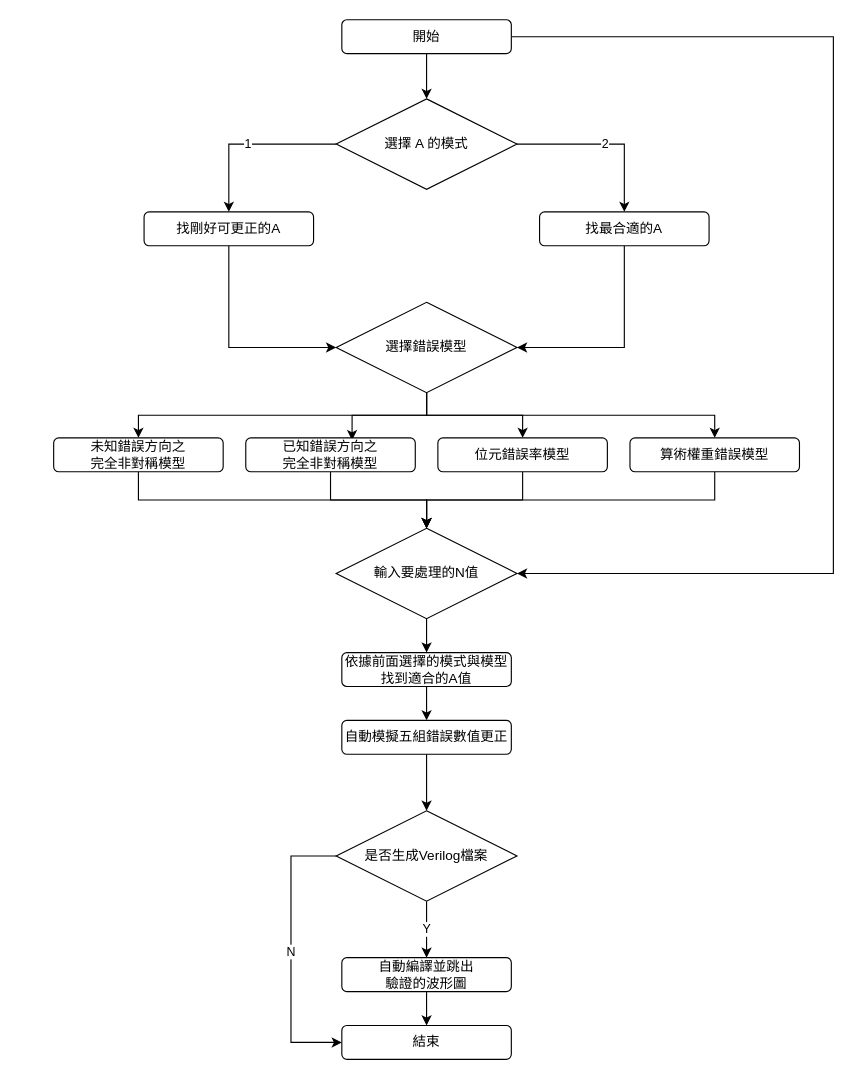
Wilhelmine21/Wilhelmine21 keeps this draw.io diagram as page "Page-1" (1 of 2) of Tools/Drawio/flow.drawio. Above is the earlier version. Source tidied: cells renumbered, new cells numbered last; positions are measured from the earlier drawing's top-left corner, leaving out a move shared by most shapes. Both pictures are drawn from the tidied source at 113%, with x=0, y=0 at pixel (53, 19).
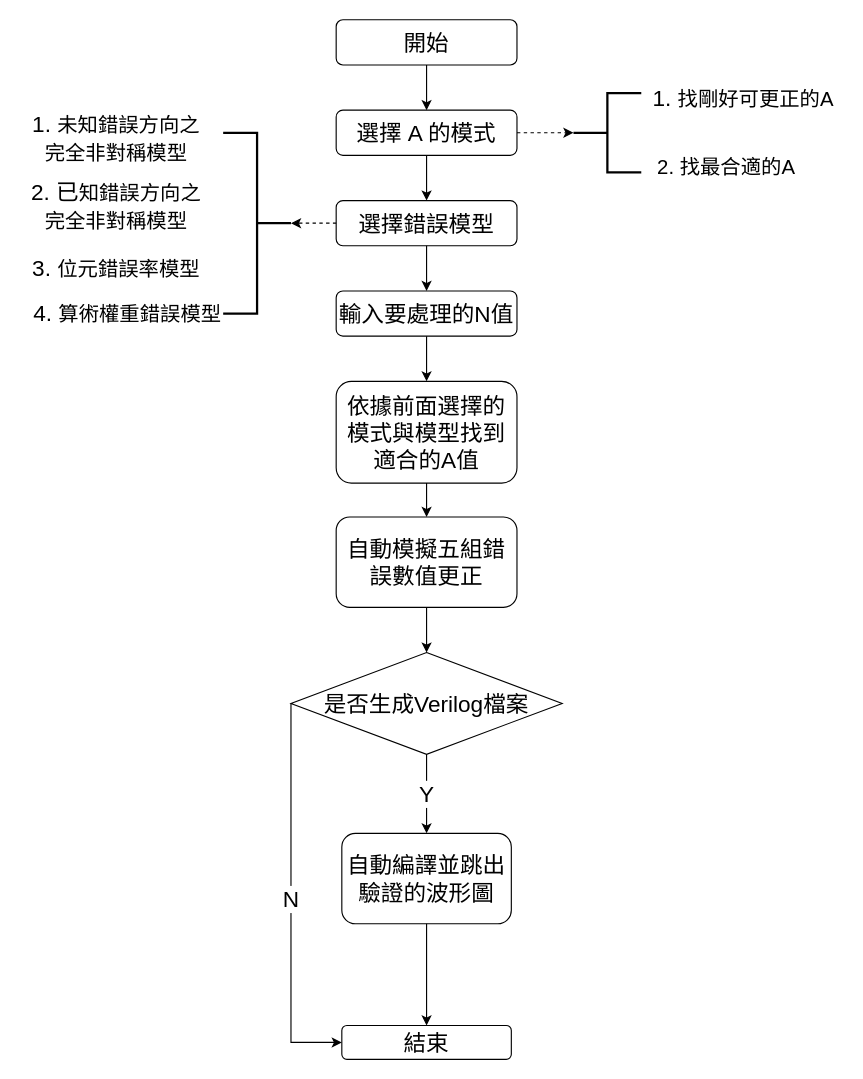
The same page after the edit.

Change to the diagram source:
```diff
@@
+    <mxCell id="37" style="group;" parent="1" vertex="1">
+      <mxGeometry x="-30" width="730" height="920" as="geometry" />
+    </mxCell>
+    <mxCell id="4" value="開始" style="rounded=1;whiteSpace=wrap;html=1;fontSize=20;" parent="37" vertex="1">
+      <mxGeometry x="280" width="160" height="40" as="geometry" />
+    </mxCell>
+    <mxCell id="7" value="選擇 A 的模式" style="rounded=1;whiteSpace=wrap;html=1;fontSize=20;" parent="37" vertex="1">
+      <mxGeometry x="280" y="80" width="160" height="40" as="geometry" />
+    </mxCell>
-    <mxCell id="2" style="edgeStyle=orthogonalEdgeStyle;rounded=0;jettySize=auto;html=1;" parent="1" edge="1" source="4" target="7">
+    <mxCell id="2" style="edgeStyle=orthogonalEdgeStyle;rounded=0;jettySize=auto;html=1;fontSize=20;" parent="37" edge="1" source="4" target="7">
       <mxGeometry relative="1" as="geometry" />
     </mxCell>
-    <mxCell id="3" style="edgeStyle=orthogonalEdgeStyle;rounded=0;jettySize=auto;html=1;entryX=1;entryY=0.5;entryDx=0;entryDy=0;" parent="1" edge="1" source="4" target="26">
-      <mxGeometry relative="1" as="geometry">
-        <Array as="points">
-          <mxPoint x="690" y="15" />
-          <mxPoint x="690" y="490" />
-        </Array>
-      </mxGeometry>
-    </mxCell>
-    <mxCell id="4" value="開始" style="rounded=1;whiteSpace=wrap;html=1;" parent="1" vertex="1">
-      <mxGeometry x="255" width="150" height="30" as="geometry" />
-    </mxCell>
-    <mxCell id="5" value="1" style="edgeStyle=orthogonalEdgeStyle;rounded=0;jettySize=auto;html=1;entryX=0.5;entryY=0;entryDx=0;entryDy=0;" parent="1" edge="1" source="7" target="9">
-      <mxGeometry relative="1" as="geometry" />
-    </mxCell>
-    <mxCell id="6" value="2" style="edgeStyle=orthogonalEdgeStyle;rounded=0;jettySize=auto;html=1;" parent="1" edge="1" source="7" target="11">
-      <mxGeometry relative="1" as="geometry" />
-    </mxCell>
-    <mxCell id="7" value="選擇 A 的模式" style="rhombus;whiteSpace=wrap;html=1;" parent="1" vertex="1">
-      <mxGeometry x="250" y="70" width="160" height="80" as="geometry" />
-    </mxCell>
-    <mxCell id="8" style="edgeStyle=orthogonalEdgeStyle;rounded=0;jettySize=auto;html=1;exitX=0.5;exitY=1;exitDx=0;exitDy=0;entryX=0;entryY=0.5;entryDx=0;entryDy=0;" parent="1" edge="1" source="9" target="16">
-      <mxGeometry relative="1" as="geometry" />
-    </mxCell>
-    <mxCell id="9" value="找剛好可更正的A" style="rounded=1;whiteSpace=wrap;html=1;" parent="1" vertex="1">
-      <mxGeometry x="80" y="170" width="150" height="30" as="geometry" />
-    </mxCell>
-    <mxCell id="10" style="edgeStyle=orthogonalEdgeStyle;rounded=0;jettySize=auto;html=1;exitX=0.5;exitY=1;exitDx=0;exitDy=0;entryX=1;entryY=0.5;entryDx=0;entryDy=0;" parent="1" edge="1" source="11" target="16">
-      <mxGeometry relative="1" as="geometry" />
-    </mxCell>
-    <mxCell id="11" value="找最合適的A" style="rounded=1;whiteSpace=wrap;html=1;" parent="1" vertex="1">
-      <mxGeometry x="430" y="170" width="150" height="30" as="geometry" />
-    </mxCell>
-    <mxCell id="12" style="edgeStyle=orthogonalEdgeStyle;rounded=0;jettySize=auto;html=1;exitX=0.5;exitY=1;exitDx=0;exitDy=0;" parent="1" edge="1" source="16" target="18">
-      <mxGeometry relative="1" as="geometry" />
-    </mxCell>
-    <mxCell id="13" style="edgeStyle=orthogonalEdgeStyle;rounded=0;jettySize=auto;html=1;entryX=0.5;entryY=0;entryDx=0;entryDy=0;" parent="1" edge="1" source="16" target="22">
-      <mxGeometry relative="1" as="geometry" />
-    </mxCell>
-    <mxCell id="14" style="edgeStyle=orthogonalEdgeStyle;rounded=0;jettySize=auto;html=1;exitX=0.5;exitY=1;exitDx=0;exitDy=0;entryX=0.627;entryY=0.067;entryDx=0;entryDy=0;entryPerimeter=0;" parent="1" edge="1" source="16" target="20">
-      <mxGeometry relative="1" as="geometry" />
-    </mxCell>
-    <mxCell id="15" style="edgeStyle=orthogonalEdgeStyle;rounded=0;jettySize=auto;html=1;exitX=0.5;exitY=1;exitDx=0;exitDy=0;" parent="1" edge="1" source="16" target="24">
-      <mxGeometry relative="1" as="geometry" />
-    </mxCell>
-    <mxCell id="16" value="選擇錯誤模型" style="rhombus;whiteSpace=wrap;html=1;" parent="1" vertex="1">
-      <mxGeometry x="250" y="250" width="160" height="80" as="geometry" />
+    <mxCell id="16" value="選擇錯誤模型" style="rounded=1;whiteSpace=wrap;html=1;fontSize=20;" parent="37" vertex="1">
+      <mxGeometry x="280" y="160" width="160" height="40" as="geometry" />
     </mxCell>
-    <mxCell id="17" style="edgeStyle=orthogonalEdgeStyle;rounded=0;jettySize=auto;html=1;exitX=0.5;exitY=1;exitDx=0;exitDy=0;entryX=0.5;entryY=0;entryDx=0;entryDy=0;" parent="1" edge="1" source="18" target="26">
-      <mxGeometry relative="1" as="geometry" />
-    </mxCell>
-    <mxCell id="18" value="未知錯誤方向之&lt;br&gt;完全非對稱模型" style="rounded=1;whiteSpace=wrap;html=1;" parent="1" vertex="1">
-      <mxGeometry y="370" width="150" height="30" as="geometry" />
-    </mxCell>
-    <mxCell id="19" style="edgeStyle=orthogonalEdgeStyle;rounded=0;jettySize=auto;html=1;entryX=0.5;entryY=0;entryDx=0;entryDy=0;" parent="1" edge="1" source="20" target="26">
-      <mxGeometry relative="1" as="geometry" />
-    </mxCell>
-    <mxCell id="20" value="已知錯誤方向之&lt;br&gt;完全非對稱模型" style="rounded=1;whiteSpace=wrap;html=1;" parent="1" vertex="1">
-      <mxGeometry x="170" y="370" width="150" height="30" as="geometry" />
-    </mxCell>
-    <mxCell id="21" style="edgeStyle=orthogonalEdgeStyle;rounded=0;jettySize=auto;html=1;entryX=0.5;entryY=0;entryDx=0;entryDy=0;" parent="1" edge="1" source="22" target="26">
-      <mxGeometry relative="1" as="geometry" />
-    </mxCell>
-    <mxCell id="22" value="位元錯誤率模型" style="rounded=1;whiteSpace=wrap;html=1;" parent="1" vertex="1">
-      <mxGeometry x="340" y="370" width="150" height="30" as="geometry" />
-    </mxCell>
-    <mxCell id="23" style="edgeStyle=orthogonalEdgeStyle;rounded=0;jettySize=auto;html=1;exitX=0.5;exitY=1;exitDx=0;exitDy=0;" parent="1" edge="1" source="24" target="26">
-      <mxGeometry relative="1" as="geometry" />
-    </mxCell>
-    <mxCell id="24" value="算術權重錯誤模型" style="rounded=1;whiteSpace=wrap;html=1;" parent="1" vertex="1">
-      <mxGeometry x="510" y="370" width="150" height="30" as="geometry" />
-    </mxCell>
+    <mxCell id="38" style="edgeStyle=orthogonalEdgeStyle;rounded=0;jettySize=auto;html=1;exitX=0.5;exitY=1;exitDx=0;exitDy=0;fontSize=20;" parent="37" edge="1" source="7" target="16">
+      <mxGeometry relative="1" as="geometry" />
+    </mxCell>
+    <mxCell id="26" value="輸入要處理的N值" style="rounded=1;whiteSpace=wrap;html=1;fontSize=20;" parent="37" vertex="1">
+      <mxGeometry x="280" y="240" width="160" height="40" as="geometry" />
+    </mxCell>
+    <mxCell id="39" style="edgeStyle=orthogonalEdgeStyle;rounded=0;jettySize=auto;html=1;exitX=0.5;exitY=1;exitDx=0;exitDy=0;entryX=0.5;entryY=0;entryDx=0;entryDy=0;fontSize=20;" parent="37" edge="1" source="16" target="26">
+      <mxGeometry relative="1" as="geometry" />
+    </mxCell>
+    <mxCell id="28" value="依據前面選擇的模式與模型找到適合的A值" style="rounded=1;whiteSpace=wrap;html=1;fontSize=20;" parent="37" vertex="1">
+      <mxGeometry x="280" y="320" width="160" height="90" as="geometry" />
+    </mxCell>
-    <mxCell id="25" style="edgeStyle=orthogonalEdgeStyle;rounded=0;jettySize=auto;html=1;exitX=0.5;exitY=1;exitDx=0;exitDy=0;" parent="1" edge="1" source="26" target="28">
+    <mxCell id="25" style="edgeStyle=orthogonalEdgeStyle;rounded=0;jettySize=auto;html=1;exitX=0.5;exitY=1;exitDx=0;exitDy=0;fontSize=20;" parent="37" edge="1" source="26" target="28">
       <mxGeometry relative="1" as="geometry" />
     </mxCell>
-    <mxCell id="26" value="輸入要處理的N值" style="rhombus;whiteSpace=wrap;html=1;" parent="1" vertex="1">
-      <mxGeometry x="250" y="450" width="160" height="80" as="geometry" />
-    </mxCell>
+    <mxCell id="30" value="自動模擬五組錯誤數值更正" style="rounded=1;whiteSpace=wrap;html=1;fontSize=20;" parent="37" vertex="1">
+      <mxGeometry x="280" y="440" width="160" height="80" as="geometry" />
+    </mxCell>
-    <mxCell id="27" style="edgeStyle=orthogonalEdgeStyle;rounded=0;jettySize=auto;html=1;exitX=0.5;exitY=1;exitDx=0;exitDy=0;" parent="1" edge="1" source="28" target="30">
+    <mxCell id="27" style="edgeStyle=orthogonalEdgeStyle;rounded=0;jettySize=auto;html=1;exitX=0.5;exitY=1;exitDx=0;exitDy=0;fontSize=20;" parent="37" edge="1" source="28" target="30">
       <mxGeometry relative="1" as="geometry" />
     </mxCell>
-    <mxCell id="28" value="依據前面選擇的模式與模型找到適合的A值" style="rounded=1;whiteSpace=wrap;html=1;" parent="1" vertex="1">
-      <mxGeometry x="255" y="560" width="150" height="30" as="geometry" />
-    </mxCell>
+    <mxCell id="33" value="是否生成Verilog檔案" style="rhombus;whiteSpace=wrap;html=1;fontSize=20;" parent="37" vertex="1">
+      <mxGeometry x="240" y="560" width="240" height="90" as="geometry" />
+    </mxCell>
-    <mxCell id="29" style="edgeStyle=orthogonalEdgeStyle;rounded=0;jettySize=auto;html=1;entryX=0.5;entryY=0;entryDx=0;entryDy=0;" parent="1" edge="1" source="30" target="33">
+    <mxCell id="29" style="edgeStyle=orthogonalEdgeStyle;rounded=0;jettySize=auto;html=1;entryX=0.5;entryY=0;entryDx=0;entryDy=0;fontSize=20;" parent="37" edge="1" source="30" target="33">
       <mxGeometry relative="1" as="geometry" />
     </mxCell>
-    <mxCell id="30" value="自動模擬五組錯誤數值更正" style="rounded=1;whiteSpace=wrap;html=1;" parent="1" vertex="1">
-      <mxGeometry x="255" y="620" width="150" height="30" as="geometry" />
-    </mxCell>
+    <mxCell id="35" value="自動編譯並跳出&lt;br style=&quot;font-size: 20px;&quot;&gt;驗證的波形圖" style="rounded=1;whiteSpace=wrap;html=1;fontSize=20;" parent="37" vertex="1">
+      <mxGeometry x="285" y="720" width="150" height="80" as="geometry" />
+    </mxCell>
-    <mxCell id="31" value="Y" style="edgeStyle=orthogonalEdgeStyle;rounded=0;jettySize=auto;html=1;entryX=0.5;entryY=0;entryDx=0;entryDy=0;" parent="1" edge="1" source="33" target="35">
+    <mxCell id="31" value="Y" style="edgeStyle=orthogonalEdgeStyle;rounded=0;jettySize=auto;html=1;entryX=0.5;entryY=0;entryDx=0;entryDy=0;fontSize=20;" parent="37" edge="1" source="33" target="35">
       <mxGeometry relative="1" as="geometry" />
     </mxCell>
+    <mxCell id="36" value="結束" style="rounded=1;whiteSpace=wrap;html=1;fontSize=20;" parent="37" vertex="1">
+      <mxGeometry x="285" y="890" width="150" height="30" as="geometry" />
+    </mxCell>
-    <mxCell id="32" value="N" style="edgeStyle=orthogonalEdgeStyle;rounded=0;jettySize=auto;html=1;entryX=0;entryY=0.5;entryDx=0;entryDy=0;" parent="1" edge="1" source="33" target="36">
+    <mxCell id="32" value="N" style="edgeStyle=orthogonalEdgeStyle;rounded=0;jettySize=auto;html=1;entryX=0;entryY=0.5;entryDx=0;entryDy=0;fontSize=20;exitX=0;exitY=0.5;exitDx=0;exitDy=0;" parent="37" edge="1" source="33" target="36">
       <mxGeometry relative="1" as="geometry">
         <Array as="points">
-          <mxPoint x="210" y="740" />
-          <mxPoint x="210" y="905" />
+          <mxPoint x="240" y="905" />
         </Array>
       </mxGeometry>
     </mxCell>
-    <mxCell id="33" value="是否生成Verilog檔案" style="rhombus;whiteSpace=wrap;html=1;" parent="1" vertex="1">
-      <mxGeometry x="250" y="700" width="160" height="80" as="geometry" />
-    </mxCell>
-    <mxCell id="34" style="edgeStyle=orthogonalEdgeStyle;rounded=0;jettySize=auto;html=1;entryX=0.5;entryY=0;entryDx=0;entryDy=0;" parent="1" edge="1" source="35" target="36">
+    <mxCell id="34" style="edgeStyle=orthogonalEdgeStyle;rounded=0;jettySize=auto;html=1;entryX=0.5;entryY=0;entryDx=0;entryDy=0;fontSize=20;" parent="37" edge="1" source="35" target="36">
       <mxGeometry relative="1" as="geometry" />
     </mxCell>
-    <mxCell id="35" value="自動編譯並跳出&lt;br&gt;驗證的波形圖" style="rounded=1;whiteSpace=wrap;html=1;" parent="1" vertex="1">
-      <mxGeometry x="255" y="830" width="150" height="30" as="geometry" />
-    </mxCell>
-    <mxCell id="36" value="結束" style="rounded=1;whiteSpace=wrap;html=1;" parent="1" vertex="1">
-      <mxGeometry x="255" y="890" width="150" height="30" as="geometry" />
-    </mxCell>
+    <mxCell id="40" style="strokeWidth=2;html=1;shape=mxgraph.flowchart.annotation_2;align=left;labelPosition=right;fontSize=20;" parent="37" vertex="1">
+      <mxGeometry x="490" y="65" width="60" height="70" as="geometry" />
+    </mxCell>
+    <mxCell id="41" style="edgeStyle=orthogonalEdgeStyle;rounded=0;jettySize=auto;html=1;exitX=1;exitY=0.5;exitDx=0;exitDy=0;entryX=0;entryY=0.5;entryDx=0;entryDy=0;entryPerimeter=0;fontSize=20;dashed=1;" parent="37" edge="1" source="7" target="40">
+      <mxGeometry relative="1" as="geometry" />
+    </mxCell>
+    <mxCell id="42" value="1.&amp;nbsp;&lt;span style=&quot;font-size: 18px;&quot;&gt;找剛好可更正的A&lt;/span&gt;" style="text;html=1;align=center;verticalAlign=middle;fillColor=none;strokeColor=none;rounded=0;fontSize=20;" parent="37" vertex="1">
+      <mxGeometry x="550" y="50" width="180" height="40" as="geometry" />
+    </mxCell>
+    <mxCell id="43" value="&lt;span style=&quot;font-size: 18px;&quot;&gt;2. 找最合適的A&lt;/span&gt;" style="text;html=1;align=center;verticalAlign=middle;fillColor=none;strokeColor=none;rounded=0;fontSize=20;" parent="37" vertex="1">
+      <mxGeometry x="550" y="110" width="150" height="40" as="geometry" />
+    </mxCell>
+    <mxCell id="44" style="strokeWidth=2;html=1;shape=mxgraph.flowchart.annotation_2;align=left;labelPosition=right;fontSize=20;flipH=1;" parent="37" vertex="1">
+      <mxGeometry x="180" y="100" width="60" height="160" as="geometry" />
+    </mxCell>
+    <mxCell id="45" style="edgeStyle=orthogonalEdgeStyle;curved=1;jettySize=auto;html=1;exitX=0;exitY=0.5;exitDx=0;exitDy=0;entryX=0;entryY=0.5;entryDx=0;entryDy=0;entryPerimeter=0;dashed=1;fontSize=20;" parent="37" edge="1" source="16" target="44">
+      <mxGeometry relative="1" as="geometry" />
+    </mxCell>
+    <mxCell id="46" value="1.&amp;nbsp;&lt;span style=&quot;font-size: 18px;&quot;&gt;未知錯誤方向之&lt;/span&gt;&lt;br style=&quot;font-size: 18px;&quot;&gt;&lt;span style=&quot;font-size: 18px;&quot;&gt;完全非對稱模型&lt;/span&gt;" style="text;html=1;align=center;verticalAlign=middle;fillColor=none;strokeColor=none;rounded=0;fontSize=20;" parent="37" vertex="1">
+      <mxGeometry y="75" width="170" height="60" as="geometry" />
+    </mxCell>
+    <mxCell id="47" value="2. 已&lt;span style=&quot;font-size: 18px;&quot;&gt;知錯誤方向之&lt;/span&gt;&lt;br style=&quot;font-size: 18px;&quot;&gt;&lt;span style=&quot;font-size: 18px;&quot;&gt;完全非對稱模型&lt;/span&gt;" style="text;html=1;align=center;verticalAlign=middle;fillColor=none;strokeColor=none;rounded=0;fontSize=20;" parent="37" vertex="1">
+      <mxGeometry y="135" width="170" height="60" as="geometry" />
+    </mxCell>
+    <mxCell id="48" value="3.&amp;nbsp;&lt;span style=&quot;font-size: 18px;&quot;&gt;位元錯誤率模型&lt;/span&gt;" style="text;html=1;align=center;verticalAlign=middle;fillColor=none;strokeColor=none;rounded=0;fontSize=20;" parent="37" vertex="1">
+      <mxGeometry y="200" width="170" height="40" as="geometry" />
+    </mxCell>
+    <mxCell id="49" value="4.&amp;nbsp;&lt;span style=&quot;font-size: 18px;&quot;&gt;算術權重錯誤模型&lt;/span&gt;" style="text;html=1;align=center;verticalAlign=middle;fillColor=none;strokeColor=none;rounded=0;fontSize=20;" parent="37" vertex="1">
+      <mxGeometry y="240" width="190" height="40" as="geometry" />
+    </mxCell>
```
